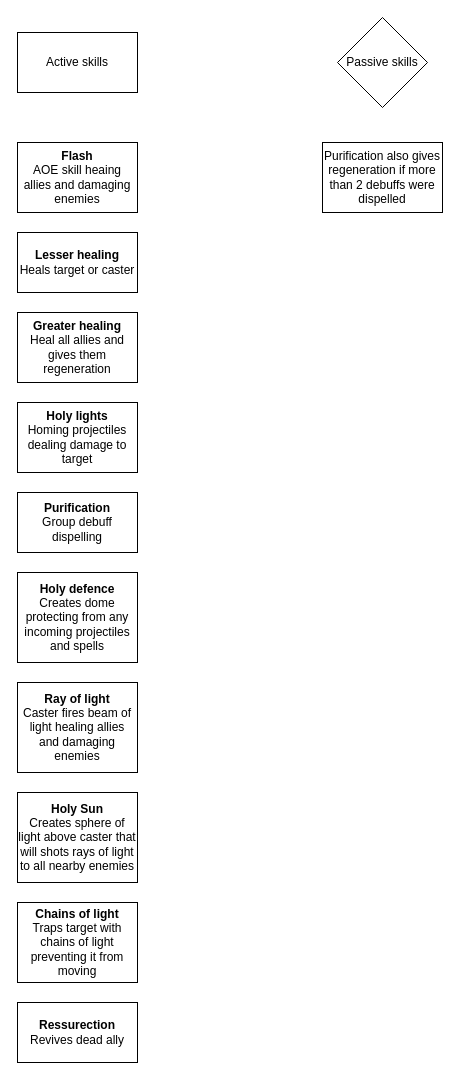
Before: page "Cleric skills" (9 of 9) of Solaris.drawio in x3rdev/solaris, a draw.io diagram. Source tidied: cells renumbered, new cells numbered last; positions are measured from the earlier drawing's top-left corner, leaving out a move shared by most shapes. Both pictures are drawn from the tidied source at 100%, with x=0, y=0 at pixel (17, 17).
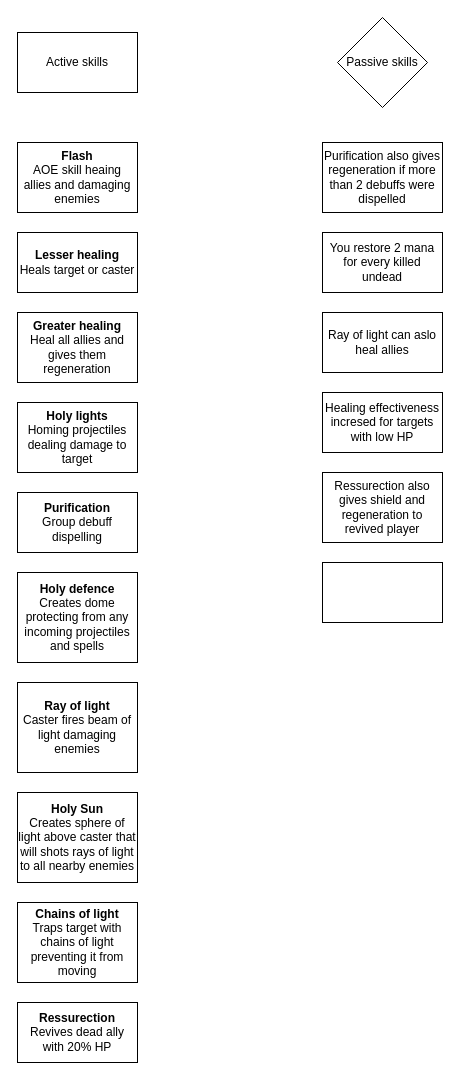
The same page after the edit.

The edit, as a diff of the source:
```diff
@@
 <mxGraphModel>
   <root>
     <mxCell id="0" />
     <mxCell id="1" parent="0" />
     <mxCell id="2" value="Active skills" style="rounded=0;whiteSpace=wrap;html=1;" parent="1" vertex="1">
       <mxGeometry y="15" width="120" height="60" as="geometry" />
     </mxCell>
     <mxCell id="3" value="Passive skills" style="rhombus;whiteSpace=wrap;html=1;" parent="1" vertex="1">
       <mxGeometry x="320" width="90" height="90" as="geometry" />
     </mxCell>
     <mxCell id="4" value="Purification also gives regeneration if more than 2 debuffs were dispelled" style="rounded=0;whiteSpace=wrap;html=1;" parent="1" vertex="1">
       <mxGeometry x="305" y="125" width="120" height="70" as="geometry" />
     </mxCell>
     <mxCell id="5" value="Flash&lt;br&gt;&lt;span style=&quot;font-weight: normal;&quot;&gt;AOE skill heaing allies and damaging enemies&lt;/span&gt;" style="rounded=0;whiteSpace=wrap;html=1;fontStyle=1;" parent="1" vertex="1">
       <mxGeometry y="125" width="120" height="70" as="geometry" />
     </mxCell>
     <mxCell id="6" value="&lt;b&gt;Lesser healing&lt;/b&gt;&lt;br&gt;Heals target or caster" style="rounded=0;whiteSpace=wrap;html=1;" parent="1" vertex="1">
       <mxGeometry y="215" width="120" height="60" as="geometry" />
     </mxCell>
     <mxCell id="7" value="&lt;b&gt;Greater healing&lt;/b&gt;&lt;br&gt;Heal all allies and gives them regeneration" style="rounded=0;whiteSpace=wrap;html=1;" parent="1" vertex="1">
       <mxGeometry y="295" width="120" height="70" as="geometry" />
     </mxCell>
     <mxCell id="8" value="Holy lights&lt;br&gt;&lt;span style=&quot;font-weight: normal;&quot;&gt;Homing projectiles dealing damage to target&lt;/span&gt;" style="rounded=0;whiteSpace=wrap;html=1;fontStyle=1;" parent="1" vertex="1">
       <mxGeometry y="385" width="120" height="70" as="geometry" />
     </mxCell>
     <mxCell id="9" value="Purification&lt;br&gt;&lt;span style=&quot;font-weight: normal;&quot;&gt;Group debuff dispelling&lt;/span&gt;" style="rounded=0;whiteSpace=wrap;html=1;fontStyle=1;" parent="1" vertex="1">
       <mxGeometry y="475" width="120" height="60" as="geometry" />
     </mxCell>
     <mxCell id="10" value="Holy defence&lt;br&gt;&lt;span style=&quot;font-weight: normal;&quot;&gt;Creates dome protecting from any incoming projectiles and spells&lt;/span&gt;" style="rounded=0;whiteSpace=wrap;html=1;fontStyle=1;" parent="1" vertex="1">
       <mxGeometry y="555" width="120" height="90" as="geometry" />
     </mxCell>
-    <mxCell id="11" value="&lt;b&gt;Ray of light&lt;/b&gt;&lt;br&gt;Caster fires beam of light healing allies and damaging enemies" style="rounded=0;whiteSpace=wrap;html=1;" parent="1" vertex="1">
+    <mxCell id="11" value="&lt;b&gt;Ray of light&lt;/b&gt;&lt;br&gt;Caster fires beam of light damaging enemies" style="rounded=0;whiteSpace=wrap;html=1;" parent="1" vertex="1">
       <mxGeometry y="665" width="120" height="90" as="geometry" />
     </mxCell>
     <mxCell id="12" value="&lt;b&gt;Holy Sun&lt;/b&gt;&lt;br&gt;Creates sphere of light above caster that will shots rays of light to all nearby enemies" style="rounded=0;whiteSpace=wrap;html=1;" parent="1" vertex="1">
       <mxGeometry y="775" width="120" height="90" as="geometry" />
     </mxCell>
     <mxCell id="13" value="Chains of light&lt;br&gt;&lt;span style=&quot;font-weight: normal;&quot;&gt;Traps target with chains of light preventing it from moving&lt;/span&gt;" style="rounded=0;whiteSpace=wrap;html=1;fontStyle=1;" parent="1" vertex="1">
       <mxGeometry y="885" width="120" height="80" as="geometry" />
     </mxCell>
-    <mxCell id="14" value="Ressurection&lt;br&gt;&lt;span style=&quot;font-weight: normal;&quot;&gt;Revives dead ally&lt;/span&gt;" style="rounded=0;whiteSpace=wrap;html=1;fontStyle=1;" parent="1" vertex="1">
+    <mxCell id="14" value="Ressurection&lt;br&gt;&lt;span style=&quot;font-weight: normal;&quot;&gt;Revives dead ally with 20% HP&lt;/span&gt;" style="rounded=0;whiteSpace=wrap;html=1;fontStyle=1;" parent="1" vertex="1">
       <mxGeometry y="985" width="120" height="60" as="geometry" />
     </mxCell>
+    <mxCell id="15" value="You restore 2 mana for every killed undead" style="rounded=0;whiteSpace=wrap;html=1;" parent="1" vertex="1">
+      <mxGeometry x="305" y="215" width="120" height="60" as="geometry" />
+    </mxCell>
+    <mxCell id="16" value="Ray of light can aslo heal allies" style="rounded=0;whiteSpace=wrap;html=1;" parent="1" vertex="1">
+      <mxGeometry x="305" y="295" width="120" height="60" as="geometry" />
+    </mxCell>
+    <mxCell id="17" value="Healing effectiveness incresed for targets with low HP" style="rounded=0;whiteSpace=wrap;html=1;" parent="1" vertex="1">
+      <mxGeometry x="305" y="375" width="120" height="60" as="geometry" />
+    </mxCell>
+    <mxCell id="18" value="Ressurection also gives shield and regeneration to revived player" style="rounded=0;whiteSpace=wrap;html=1;" parent="1" vertex="1">
+      <mxGeometry x="305" y="455" width="120" height="70" as="geometry" />
+    </mxCell>
+    <mxCell id="19" style="rounded=0;whiteSpace=wrap;html=1;" parent="1" vertex="1">
+      <mxGeometry x="305" y="545" width="120" height="60" as="geometry" />
+    </mxCell>
   </root>
 </mxGraphModel>
```
